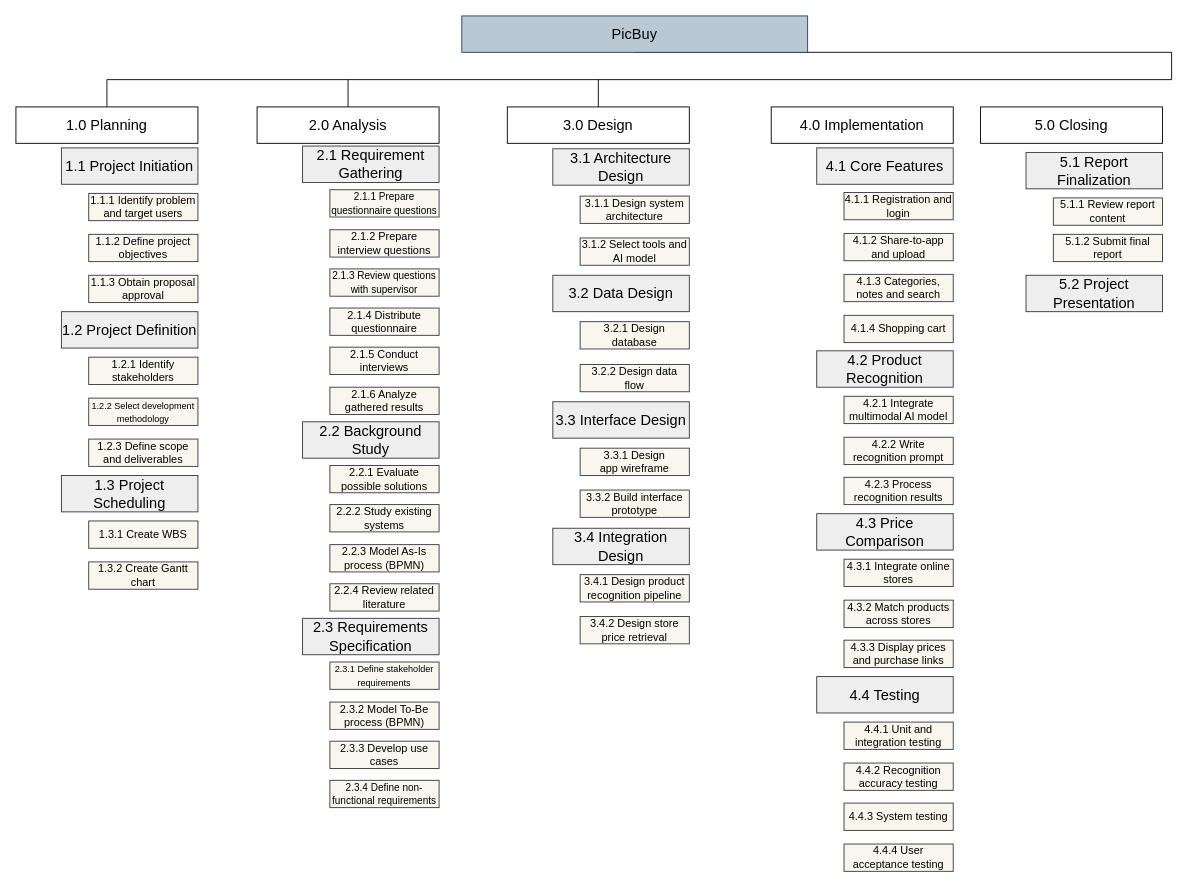
Ameerarmh/PicBuy keeps this draw.io diagram as GP1-Models.drawio. Above is the earlier version. Source tidied: cells renumbered, new cells numbered last; positions are measured from the earlier drawing's top-left corner, leaving out a move shared by most shapes. Both pictures are drawn from the tidied source at 91%, with x=0, y=0 at pixel (15, 15).
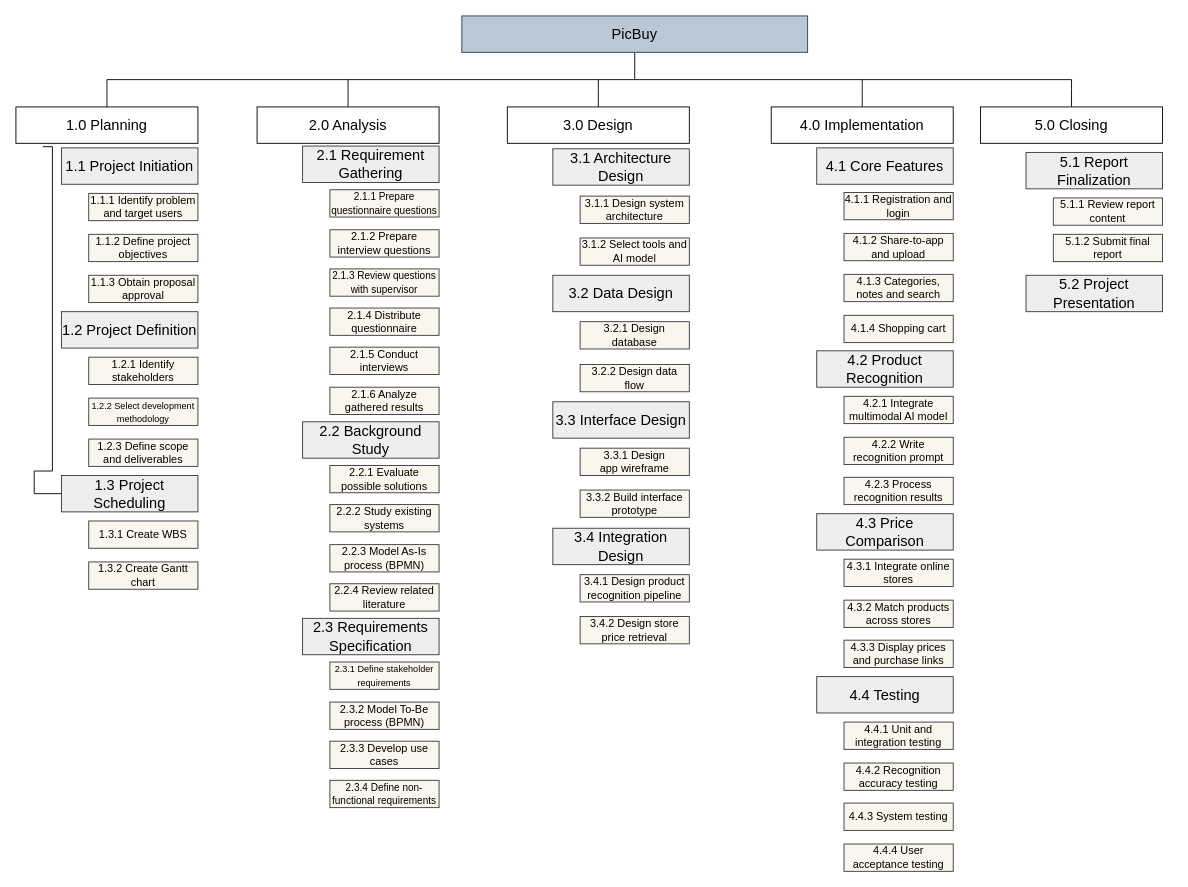
The same page after the edit.

The change refers to these unchanged cells:
```xml
<mxCell id="2" value="&lt;span style=&quot;font-size: medium; text-align: start;&quot;&gt;5.0 Closing&lt;/span&gt;" style="rounded=0;whiteSpace=wrap;html=1;" parent="1" vertex="1">
  <mxGeometry x="1060" y="100" width="200" height="40" as="geometry" />
</mxCell>
<mxCell id="4" value="&lt;span style=&quot;font-size: medium; text-align: start;&quot;&gt;&lt;font face=&quot;Helvetica&quot;&gt;PicBuy&lt;/font&gt;&lt;/span&gt;" style="rounded=0;whiteSpace=wrap;html=1;fillColor=#bac8d3;strokeColor=#23445d;" parent="1" vertex="1">
  <mxGeometry x="490" width="380" height="40" as="geometry" />
</mxCell>
<mxCell id="5" value="&lt;span style=&quot;font-size: medium; text-align: start;&quot;&gt;1.0 Planning&lt;/span&gt;" style="rounded=0;whiteSpace=wrap;html=1;" parent="1" vertex="1">
  <mxGeometry y="100" width="200" height="40" as="geometry" />
</mxCell>
<mxCell id="10" value="&lt;span style=&quot;font-size: medium; text-align: start;&quot;&gt;4.0 Implementation&lt;/span&gt;" style="rounded=0;whiteSpace=wrap;html=1;" parent="1" vertex="1">
  <mxGeometry x="830" y="100" width="200" height="40" as="geometry" />
</mxCell>
<mxCell id="13" value="&lt;span style=&quot;font-size: medium; text-align: start;&quot;&gt;1.3 Project Scheduling&lt;/span&gt;" style="rounded=0;whiteSpace=wrap;html=1;fillColor=#eeeeee;strokeColor=#36393d;" parent="1" vertex="1">
  <mxGeometry x="50" y="505" width="150" height="40" as="geometry" />
</mxCell>
```

Diff of the diagram source:
```diff
@@
+    <mxCell id="73" style="edgeStyle=orthogonalEdgeStyle;shape=connector;rounded=0;jettySize=auto;html=1;strokeColor=default;align=center;verticalAlign=middle;fontFamily=Helvetica;fontSize=11;fontColor=default;labelBackgroundColor=default;startArrow=none;startFill=0;endArrow=none;endFill=0;" parent="1" edge="1" source="2">
+      <mxGeometry relative="1" as="geometry">
+        <mxPoint x="1160" y="70" as="targetPoint" />
+      </mxGeometry>
+    </mxCell>
@@
-    <mxCell id="3" style="edgeStyle=orthogonalEdgeStyle;rounded=0;jettySize=auto;html=1;entryX=0.5;entryY=0;entryDx=0;entryDy=0;exitX=0.5;exitY=1;exitDx=0;exitDy=0;startArrow=none;startFill=0;endArrow=none;endFill=0;" parent="1" edge="1" source="4" target="5">
-      <mxGeometry relative="1" as="geometry">
-        <Array as="points">
-          <mxPoint x="1270" y="40" />
-          <mxPoint x="1270" y="70" />
-          <mxPoint x="100" y="70" />
-        </Array>
-      </mxGeometry>
-    </mxCell>
+    <mxCell id="74" style="edgeStyle=orthogonalEdgeStyle;shape=connector;rounded=0;jettySize=auto;html=1;strokeColor=default;align=center;verticalAlign=middle;fontFamily=Helvetica;fontSize=11;fontColor=default;labelBackgroundColor=default;startArrow=none;startFill=0;endArrow=none;endFill=0;" parent="1" edge="1" source="4">
+      <mxGeometry relative="1" as="geometry">
+        <mxPoint x="680" y="70" as="targetPoint" />
+      </mxGeometry>
+    </mxCell>
@@
+    <mxCell id="75" style="edgeStyle=orthogonalEdgeStyle;shape=connector;rounded=0;jettySize=auto;html=1;strokeColor=default;align=center;verticalAlign=middle;fontFamily=Helvetica;fontSize=11;fontColor=default;labelBackgroundColor=default;startArrow=none;startFill=0;endArrow=none;endFill=0;" parent="1" edge="1" source="5">
+      <mxGeometry relative="1" as="geometry">
+        <mxPoint x="100" y="70" as="targetPoint" />
+      </mxGeometry>
+    </mxCell>
@@
+    <mxCell id="76" style="edgeStyle=orthogonalEdgeStyle;shape=connector;rounded=0;jettySize=auto;html=1;strokeColor=default;align=center;verticalAlign=middle;fontFamily=Helvetica;fontSize=11;fontColor=default;labelBackgroundColor=default;startArrow=none;startFill=0;endArrow=none;endFill=0;" parent="1" edge="1" source="10">
+      <mxGeometry relative="1" as="geometry">
+        <mxPoint x="930" y="70" as="targetPoint" />
+      </mxGeometry>
+    </mxCell>
@@
+    <mxCell id="77" style="endArrow=none;html=1;rounded=0;strokeColor=default;align=center;verticalAlign=middle;fontFamily=Helvetica;fontSize=11;fontColor=default;labelBackgroundColor=default;edgeStyle=orthogonalEdgeStyle;" parent="1" edge="1">
+      <mxGeometry relative="1" as="geometry">
+        <mxPoint x="100" y="70" as="sourcePoint" />
+        <mxPoint x="1160" y="70" as="targetPoint" />
+      </mxGeometry>
+    </mxCell>
+    <mxCell id="78" style="endArrow=none;html=1;rounded=0;strokeColor=default;align=center;verticalAlign=middle;fontFamily=Helvetica;fontSize=11;fontColor=default;labelBackgroundColor=default;edgeStyle=orthogonalEdgeStyle;exitX=0.148;exitY=1.093;exitDx=0;exitDy=0;exitPerimeter=0;entryX=0;entryY=0.5;entryDx=0;entryDy=0;" parent="1" edge="1" source="5" target="13">
+      <mxGeometry relative="1" as="geometry">
+        <Array as="points">
+          <mxPoint x="40.1" y="143.7" />
+          <mxPoint x="40.1" y="500.1" />
+          <mxPoint x="20.1" y="500.1" />
+          <mxPoint x="20.1" y="525" />
+        </Array>
+      </mxGeometry>
+    </mxCell>
```
